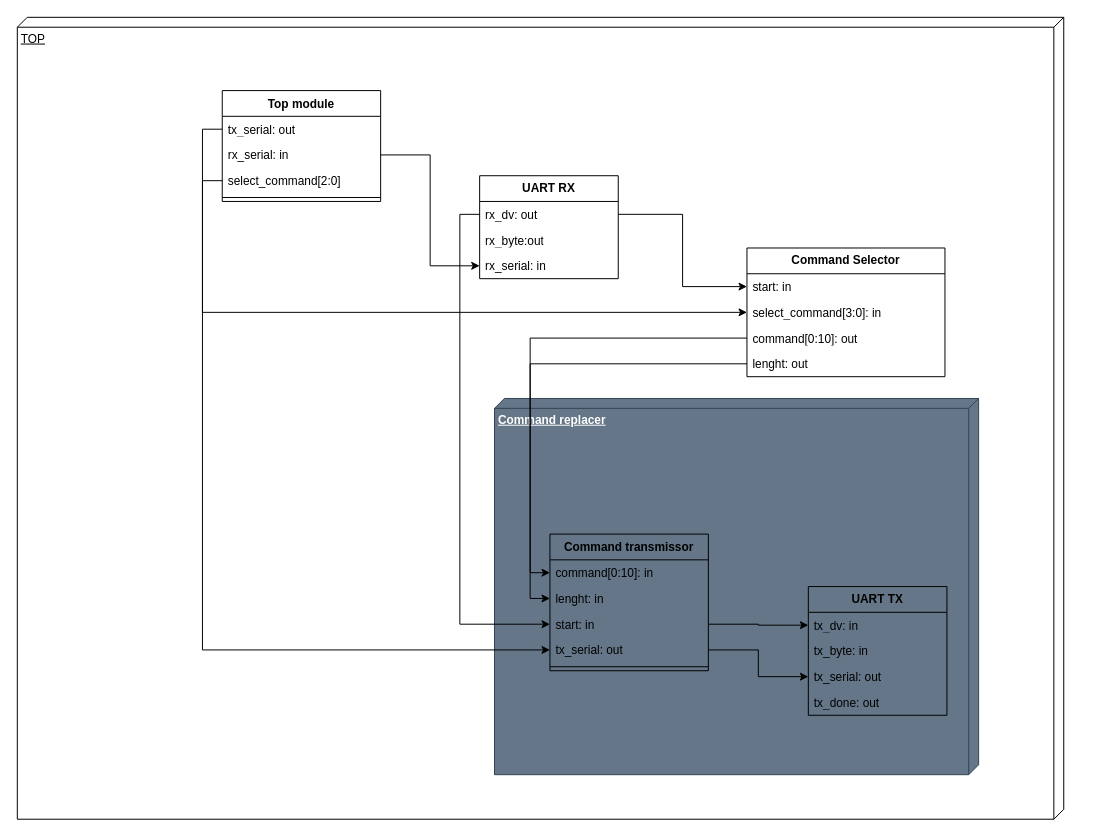
AlmuHS/AX12A_FPGA_Controller keeps this draw.io diagram as MITM_Type2_ComponentsDiagram.drawio. Above is the earlier version. Source tidied: cells renumbered, new cells numbered last; positions are measured from the earlier drawing's top-left corner, leaving out a move shared by most shapes. Both pictures are drawn from the tidied source at 99%, with x=0, y=0 at pixel (17, 17).
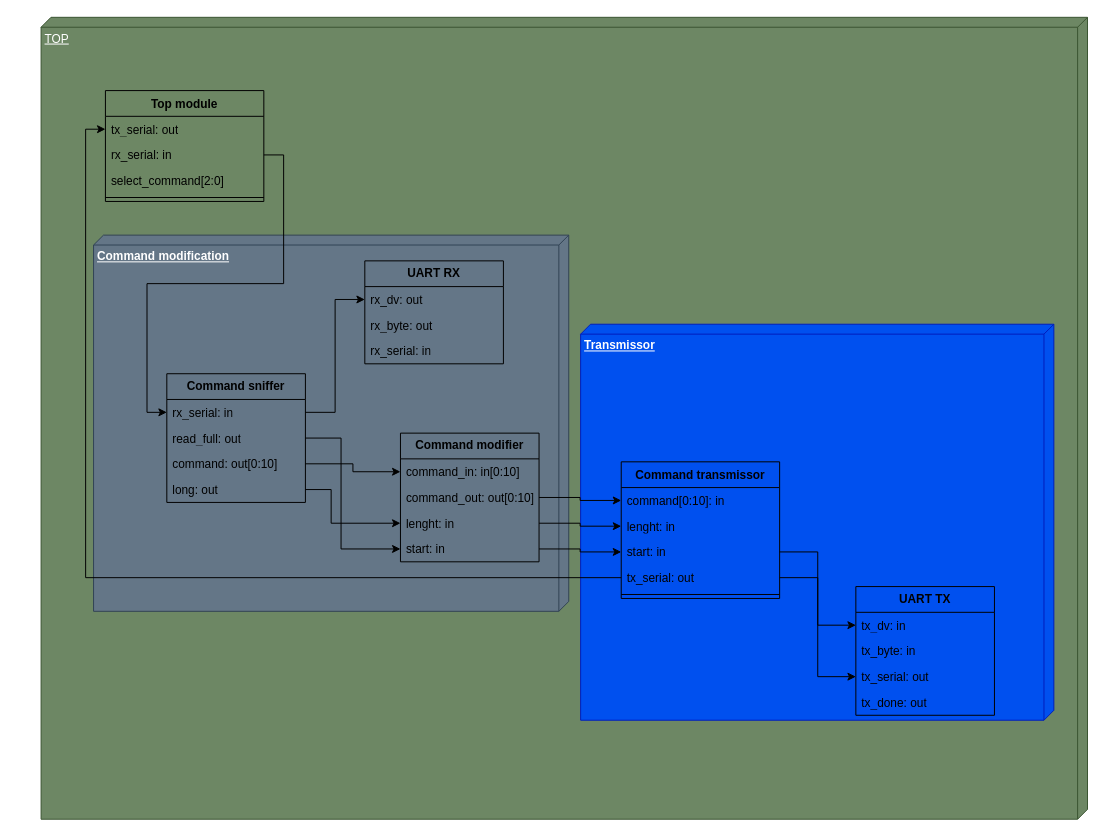
After the change.

Commit message (it also covers changes not shown here):
upload mitm_type2 components diagram

Unchanged cells that the change refers to:
```xml
<mxCell id="5" value="tx_serial: out" style="text;strokeColor=none;fillColor=none;align=left;verticalAlign=top;spacingLeft=4;spacingRight=4;overflow=hidden;points=[[0,0.5],[1,0.5]];portConstraint=eastwest;whiteSpace=wrap;html=1;labelBackgroundColor=none;" parent="4" vertex="1">
  <mxGeometry y="26" width="160" height="26" as="geometry" />
</mxCell>
<mxCell id="6" value="rx_serial: in" style="text;strokeColor=none;fillColor=none;align=left;verticalAlign=top;spacingLeft=4;spacingRight=4;overflow=hidden;points=[[0,0.5],[1,0.5]];portConstraint=eastwest;whiteSpace=wrap;html=1;labelBackgroundColor=none;" parent="4" vertex="1">
  <mxGeometry y="52" width="160" height="26" as="geometry" />
</mxCell>
<mxCell id="7" value="select_command[2:0]" style="text;strokeColor=none;fillColor=none;align=left;verticalAlign=top;spacingLeft=4;spacingRight=4;overflow=hidden;points=[[0,0.5],[1,0.5]];portConstraint=eastwest;whiteSpace=wrap;html=1;labelBackgroundColor=none;" parent="4" vertex="1">
  <mxGeometry y="78" width="160" height="26" as="geometry" />
</mxCell>
<mxCell id="15" value="command[0:10]: in" style="text;strokeColor=none;fillColor=none;align=left;verticalAlign=top;spacingLeft=4;spacingRight=4;overflow=hidden;points=[[0,0.5],[1,0.5]];portConstraint=eastwest;whiteSpace=wrap;html=1;labelBackgroundColor=none;" parent="14" vertex="1">
  <mxGeometry y="26" width="160" height="26" as="geometry" />
</mxCell>
<mxCell id="16" value="lenght: in" style="text;strokeColor=none;fillColor=none;align=left;verticalAlign=top;spacingLeft=4;spacingRight=4;overflow=hidden;points=[[0,0.5],[1,0.5]];portConstraint=eastwest;whiteSpace=wrap;html=1;labelBackgroundColor=none;" parent="14" vertex="1">
  <mxGeometry y="52" width="160" height="26" as="geometry" />
</mxCell>
<mxCell id="17" value="start: in" style="text;strokeColor=none;fillColor=none;align=left;verticalAlign=top;spacingLeft=4;spacingRight=4;overflow=hidden;points=[[0,0.5],[1,0.5]];portConstraint=eastwest;whiteSpace=wrap;html=1;labelBackgroundColor=none;" parent="14" vertex="1">
  <mxGeometry y="78" width="160" height="26" as="geometry" />
</mxCell>
<mxCell id="18" value="tx_serial: out" style="text;strokeColor=none;fillColor=none;align=left;verticalAlign=top;spacingLeft=4;spacingRight=4;overflow=hidden;points=[[0,0.5],[1,0.5]];portConstraint=eastwest;whiteSpace=wrap;html=1;labelBackgroundColor=none;" parent="14" vertex="1">
  <mxGeometry y="104" width="160" height="26" as="geometry" />
</mxCell>
<mxCell id="21" value="tx_dv: in" style="text;strokeColor=none;fillColor=none;align=left;verticalAlign=top;spacingLeft=4;spacingRight=4;overflow=hidden;points=[[0,0.5],[1,0.5]];portConstraint=eastwest;whiteSpace=wrap;html=1;labelBackgroundColor=none;" parent="20" vertex="1">
  <mxGeometry y="26" width="140" height="26" as="geometry" />
</mxCell>
<mxCell id="23" value="tx_serial: out" style="text;strokeColor=none;fillColor=none;align=left;verticalAlign=top;spacingLeft=4;spacingRight=4;overflow=hidden;points=[[0,0.5],[1,0.5]];portConstraint=eastwest;whiteSpace=wrap;html=1;labelBackgroundColor=none;" parent="20" vertex="1">
  <mxGeometry y="78" width="140" height="26" as="geometry" />
</mxCell>
<mxCell id="26" value="rx_dv: out" style="text;strokeColor=none;fillColor=none;align=left;verticalAlign=top;spacingLeft=4;spacingRight=4;overflow=hidden;points=[[0,0.5],[1,0.5]];portConstraint=eastwest;whiteSpace=wrap;html=1;labelBackgroundColor=none;" parent="25" vertex="1">
  <mxGeometry y="26" width="140" height="26" as="geometry" />
</mxCell>
<mxCell id="28" value="rx_serial: in" style="text;strokeColor=none;fillColor=none;align=left;verticalAlign=top;spacingLeft=4;spacingRight=4;overflow=hidden;points=[[0,0.5],[1,0.5]];portConstraint=eastwest;whiteSpace=wrap;html=1;labelBackgroundColor=none;" parent="25" vertex="1">
  <mxGeometry y="78" width="140" height="26" as="geometry" />
</mxCell>
```

What changed in the source:
```diff
@@
-    <mxCell id="2" value="TOP" style="verticalAlign=top;align=left;spacingTop=8;spacingLeft=2;spacingRight=12;shape=cube;size=10;direction=south;fontStyle=4;html=1;whiteSpace=wrap;labelBackgroundColor=none;" parent="1" vertex="1">
-      <mxGeometry width="1057" height="810" as="geometry" />
+    <mxCell id="2" value="TOP" style="verticalAlign=top;align=left;spacingTop=8;spacingLeft=2;spacingRight=12;shape=cube;size=10;direction=south;fontStyle=4;html=1;whiteSpace=wrap;labelBackgroundColor=none;fillColor=#6d8764;fontColor=#ffffff;strokeColor=#3A5431;" parent="1" vertex="1">
+      <mxGeometry x="24" width="1057" height="810" as="geometry" />
     </mxCell>
-    <mxCell id="3" value="&lt;b&gt;Command replacer&lt;/b&gt;" style="verticalAlign=top;align=left;spacingTop=8;spacingLeft=2;spacingRight=12;shape=cube;size=10;direction=south;fontStyle=4;html=1;whiteSpace=wrap;fillColor=#647687;fontColor=#ffffff;strokeColor=#314354;" parent="1" vertex="1">
-      <mxGeometry x="482" y="385" width="489" height="380" as="geometry" />
-    </mxCell>
+    <mxCell id="38" value="&lt;b&gt;Command modification&lt;/b&gt;" style="verticalAlign=top;align=left;spacingTop=8;spacingLeft=2;spacingRight=12;shape=cube;size=10;direction=south;fontStyle=4;html=1;whiteSpace=wrap;fillColor=#647687;fontColor=#ffffff;strokeColor=#314354;" parent="1" vertex="1">
+      <mxGeometry x="77" y="220" width="480" height="380" as="geometry" />
+    </mxCell>
+    <mxCell id="39" value="&lt;b&gt;Transmissor&lt;/b&gt;" style="verticalAlign=top;align=left;spacingTop=8;spacingLeft=2;spacingRight=12;shape=cube;size=10;direction=south;fontStyle=4;html=1;whiteSpace=wrap;fillColor=#0050ef;fontColor=#ffffff;strokeColor=#001DBC;" parent="1" vertex="1">
+      <mxGeometry x="569" y="310" width="478" height="400" as="geometry" />
+    </mxCell>
     <mxCell id="4" value="Top module" style="swimlane;fontStyle=1;align=center;verticalAlign=top;horizontal=1;startSize=26;whiteSpace=wrap;html=1;fillColor=none;labelBackgroundColor=none;" parent="1" vertex="1">
-      <mxGeometry x="207" y="74" width="160" height="112" as="geometry" />
+      <mxGeometry x="89" y="74" width="160" height="112" as="geometry" />
     </mxCell>
@@
-    <mxCell id="9" value="&lt;b&gt;Command Selector&lt;/b&gt;" style="swimlane;fontStyle=0;horizontal=1;startSize=26;fillColor=none;whiteSpace=wrap;html=1;labelBackgroundColor=none;" parent="1" vertex="1">
-      <mxGeometry x="737" y="233" width="200" height="130" as="geometry" />
-    </mxCell>
-    <mxCell id="10" value="start: in" style="text;strokeColor=none;fillColor=none;align=left;verticalAlign=top;spacingLeft=4;spacingRight=4;overflow=hidden;points=[[0,0.5],[1,0.5]];portConstraint=eastwest;whiteSpace=wrap;html=1;labelBackgroundColor=none;" parent="9" vertex="1">
-      <mxGeometry y="26" width="200" height="26" as="geometry" />
-    </mxCell>
-    <mxCell id="11" value="select_command[&lt;span style=&quot;background-color: initial;&quot;&gt;3:0]: in&lt;/span&gt;" style="text;strokeColor=none;fillColor=none;align=left;verticalAlign=top;spacingLeft=4;spacingRight=4;overflow=hidden;points=[[0,0.5],[1,0.5]];portConstraint=eastwest;whiteSpace=wrap;html=1;labelBackgroundColor=none;" parent="9" vertex="1">
-      <mxGeometry y="52" width="200" height="26" as="geometry" />
-    </mxCell>
-    <mxCell id="12" value="command[0:10]: out" style="text;strokeColor=none;fillColor=none;align=left;verticalAlign=top;spacingLeft=4;spacingRight=4;overflow=hidden;points=[[0,0.5],[1,0.5]];portConstraint=eastwest;whiteSpace=wrap;html=1;labelBackgroundColor=none;" parent="9" vertex="1">
-      <mxGeometry y="78" width="200" height="26" as="geometry" />
-    </mxCell>
-    <mxCell id="13" value="lenght: out" style="text;strokeColor=none;fillColor=none;align=left;verticalAlign=top;spacingLeft=4;spacingRight=4;overflow=hidden;points=[[0,0.5],[1,0.5]];portConstraint=eastwest;whiteSpace=wrap;html=1;labelBackgroundColor=none;" parent="9" vertex="1">
-      <mxGeometry y="104" width="200" height="26" as="geometry" />
-    </mxCell>
     <mxCell id="14" value="Command transmissor" style="swimlane;fontStyle=1;align=center;verticalAlign=top;horizontal=1;startSize=26;whiteSpace=wrap;html=1;fillColor=none;labelBackgroundColor=none;" parent="1" vertex="1">
-      <mxGeometry x="538" y="522" width="160" height="138" as="geometry" />
+      <mxGeometry x="610" y="449" width="160" height="138" as="geometry" />
     </mxCell>
@@
     <mxCell id="20" value="&lt;b&gt;UART TX&lt;/b&gt;" style="swimlane;fontStyle=0;horizontal=1;startSize=26;fillColor=none;whiteSpace=wrap;html=1;labelBackgroundColor=none;" parent="1" vertex="1">
-      <mxGeometry x="799" y="575" width="140" height="130" as="geometry" />
+      <mxGeometry x="847" y="575" width="140" height="130" as="geometry" />
     </mxCell>
@@
+    <mxCell id="29" style="edgeStyle=orthogonalEdgeStyle;rounded=0;jettySize=auto;html=1;exitX=1;exitY=0.5;exitDx=0;exitDy=0;" parent="1" edge="1" source="18" target="23">
+      <mxGeometry relative="1" as="geometry" />
+    </mxCell>
+    <mxCell id="30" style="edgeStyle=orthogonalEdgeStyle;rounded=0;jettySize=auto;html=1;exitX=1;exitY=0.5;exitDx=0;exitDy=0;" parent="1" edge="1" source="17" target="21">
+      <mxGeometry relative="1" as="geometry" />
+    </mxCell>
+    <mxCell id="40" value="&lt;b&gt;Command sniffer&lt;/b&gt;" style="swimlane;fontStyle=0;horizontal=1;startSize=26;fillColor=none;whiteSpace=wrap;html=1;" parent="1" vertex="1">
+      <mxGeometry x="151" y="360" width="140" height="130" as="geometry" />
+    </mxCell>
+    <mxCell id="41" value="rx_serial: in" style="text;strokeColor=none;fillColor=none;align=left;verticalAlign=top;spacingLeft=4;spacingRight=4;overflow=hidden;points=[[0,0.5],[1,0.5]];portConstraint=eastwest;whiteSpace=wrap;html=1;" parent="40" vertex="1">
+      <mxGeometry y="26" width="140" height="26" as="geometry" />
+    </mxCell>
+    <mxCell id="42" value="read_full: out" style="text;strokeColor=none;fillColor=none;align=left;verticalAlign=top;spacingLeft=4;spacingRight=4;overflow=hidden;points=[[0,0.5],[1,0.5]];portConstraint=eastwest;whiteSpace=wrap;html=1;" parent="40" vertex="1">
+      <mxGeometry y="52" width="140" height="26" as="geometry" />
+    </mxCell>
+    <mxCell id="43" value="command: out[0:10]" style="text;strokeColor=none;fillColor=none;align=left;verticalAlign=top;spacingLeft=4;spacingRight=4;overflow=hidden;points=[[0,0.5],[1,0.5]];portConstraint=eastwest;whiteSpace=wrap;html=1;" parent="40" vertex="1">
+      <mxGeometry y="78" width="140" height="26" as="geometry" />
+    </mxCell>
+    <mxCell id="44" value="long: out" style="text;strokeColor=none;fillColor=none;align=left;verticalAlign=top;spacingLeft=4;spacingRight=4;overflow=hidden;points=[[0,0.5],[1,0.5]];portConstraint=eastwest;whiteSpace=wrap;html=1;" parent="40" vertex="1">
+      <mxGeometry y="104" width="140" height="26" as="geometry" />
+    </mxCell>
+    <mxCell id="45" value="&lt;b&gt;Command modifier&lt;/b&gt;" style="swimlane;fontStyle=0;horizontal=1;startSize=26;fillColor=none;whiteSpace=wrap;html=1;" parent="1" vertex="1">
+      <mxGeometry x="387" y="420" width="140" height="130" as="geometry" />
+    </mxCell>
+    <mxCell id="46" value="command_in: in[0:10]" style="text;strokeColor=none;fillColor=none;align=left;verticalAlign=top;spacingLeft=4;spacingRight=4;overflow=hidden;points=[[0,0.5],[1,0.5]];portConstraint=eastwest;whiteSpace=wrap;html=1;" parent="45" vertex="1">
+      <mxGeometry y="26" width="140" height="26" as="geometry" />
+    </mxCell>
+    <mxCell id="47" value="command_out: out[0:10]" style="text;strokeColor=none;fillColor=none;align=left;verticalAlign=top;spacingLeft=4;spacingRight=4;overflow=hidden;points=[[0,0.5],[1,0.5]];portConstraint=eastwest;whiteSpace=wrap;html=1;" parent="45" vertex="1">
+      <mxGeometry y="52" width="140" height="26" as="geometry" />
+    </mxCell>
+    <mxCell id="48" value="lenght: in" style="text;strokeColor=none;fillColor=none;align=left;verticalAlign=top;spacingLeft=4;spacingRight=4;overflow=hidden;points=[[0,0.5],[1,0.5]];portConstraint=eastwest;whiteSpace=wrap;html=1;" parent="45" vertex="1">
+      <mxGeometry y="78" width="140" height="26" as="geometry" />
+    </mxCell>
+    <mxCell id="10" value="start: in" style="text;strokeColor=none;fillColor=none;align=left;verticalAlign=top;spacingLeft=4;spacingRight=4;overflow=hidden;points=[[0,0.5],[1,0.5]];portConstraint=eastwest;whiteSpace=wrap;html=1;" parent="45" vertex="1">
+      <mxGeometry y="104" width="140" height="26" as="geometry" />
+    </mxCell>
+    <mxCell id="49" style="edgeStyle=orthogonalEdgeStyle;rounded=0;jettySize=auto;html=1;exitX=1;exitY=0.5;exitDx=0;exitDy=0;entryX=0;entryY=0.5;entryDx=0;entryDy=0;" parent="1" edge="1" source="6" target="41">
+      <mxGeometry relative="1" as="geometry" />
+    </mxCell>
     <mxCell id="25" value="&lt;b&gt;UART RX&lt;/b&gt;" style="swimlane;fontStyle=0;horizontal=1;startSize=26;fillColor=none;whiteSpace=wrap;html=1;labelBackgroundColor=none;" parent="1" vertex="1">
-      <mxGeometry x="467" y="160" width="140" height="104" as="geometry" />
+      <mxGeometry x="351" y="246" width="140" height="104" as="geometry" />
     </mxCell>
@@
-    <mxCell id="27" value="rx_byte:out" style="text;strokeColor=none;fillColor=none;align=left;verticalAlign=top;spacingLeft=4;spacingRight=4;overflow=hidden;whiteSpace=wrap;html=1;labelBackgroundColor=none;" parent="25" vertex="1">
-      <mxGeometry y="52" width="140" height="26" as="geometry" />
-    </mxCell>
+    <mxCell id="50" value="rx_byte: out" style="text;strokeColor=none;fillColor=none;align=left;verticalAlign=top;spacingLeft=4;spacingRight=4;overflow=hidden;whiteSpace=wrap;html=1;labelBackgroundColor=none;" parent="25" vertex="1">
+      <mxGeometry y="52" width="140" height="26" as="geometry" />
+    </mxCell>
@@
-    <mxCell id="29" style="edgeStyle=orthogonalEdgeStyle;rounded=0;jettySize=auto;html=1;exitX=1;exitY=0.5;exitDx=0;exitDy=0;" parent="1" edge="1" source="18" target="23">
-      <mxGeometry relative="1" as="geometry" />
-    </mxCell>
-    <mxCell id="30" style="edgeStyle=orthogonalEdgeStyle;rounded=0;jettySize=auto;html=1;exitX=1;exitY=0.5;exitDx=0;exitDy=0;" parent="1" edge="1" source="17" target="21">
-      <mxGeometry relative="1" as="geometry" />
-    </mxCell>
-    <mxCell id="31" style="edgeStyle=orthogonalEdgeStyle;rounded=0;jettySize=auto;html=1;exitX=1;exitY=0.5;exitDx=0;exitDy=0;entryX=0;entryY=0.5;entryDx=0;entryDy=0;" parent="1" edge="1" source="6" target="28">
-      <mxGeometry relative="1" as="geometry" />
-    </mxCell>
-    <mxCell id="32" style="edgeStyle=orthogonalEdgeStyle;rounded=0;jettySize=auto;html=1;" parent="1" edge="1" source="26" target="10">
-      <mxGeometry relative="1" as="geometry" />
-    </mxCell>
-    <mxCell id="33" style="edgeStyle=orthogonalEdgeStyle;rounded=0;jettySize=auto;html=1;exitX=0;exitY=0.5;exitDx=0;exitDy=0;entryX=0;entryY=0.5;entryDx=0;entryDy=0;" parent="1" edge="1" source="5" target="18">
-      <mxGeometry relative="1" as="geometry" />
-    </mxCell>
-    <mxCell id="34" style="edgeStyle=orthogonalEdgeStyle;rounded=0;jettySize=auto;html=1;exitX=0;exitY=0.5;exitDx=0;exitDy=0;" parent="1" edge="1" source="7" target="11">
-      <mxGeometry relative="1" as="geometry" />
-    </mxCell>
-    <mxCell id="35" style="edgeStyle=orthogonalEdgeStyle;rounded=0;jettySize=auto;html=1;exitX=0;exitY=0.5;exitDx=0;exitDy=0;entryX=0;entryY=0.5;entryDx=0;entryDy=0;" parent="1" edge="1" source="12" target="15">
-      <mxGeometry relative="1" as="geometry" />
-    </mxCell>
-    <mxCell id="36" style="edgeStyle=orthogonalEdgeStyle;rounded=0;jettySize=auto;html=1;exitX=0;exitY=0.5;exitDx=0;exitDy=0;" parent="1" edge="1" source="26" target="17">
-      <mxGeometry relative="1" as="geometry" />
-    </mxCell>
-    <mxCell id="37" style="edgeStyle=orthogonalEdgeStyle;rounded=0;jettySize=auto;html=1;exitX=0;exitY=0.5;exitDx=0;exitDy=0;entryX=0;entryY=0.5;entryDx=0;entryDy=0;" parent="1" edge="1" source="13" target="16">
-      <mxGeometry relative="1" as="geometry" />
-    </mxCell>
+    <mxCell id="51" style="edgeStyle=orthogonalEdgeStyle;rounded=0;jettySize=auto;html=1;exitX=1;exitY=0.5;exitDx=0;exitDy=0;entryX=0;entryY=0.5;entryDx=0;entryDy=0;" parent="1" edge="1" source="41" target="26">
+      <mxGeometry relative="1" as="geometry" />
+    </mxCell>
+    <mxCell id="52" style="edgeStyle=orthogonalEdgeStyle;rounded=0;jettySize=auto;html=1;exitX=1;exitY=0.5;exitDx=0;exitDy=0;entryX=0;entryY=0.5;entryDx=0;entryDy=0;" parent="1" edge="1" source="42" target="10">
+      <mxGeometry relative="1" as="geometry">
+        <Array as="points">
+          <mxPoint x="327" y="425" />
+          <mxPoint x="327" y="537" />
+        </Array>
+      </mxGeometry>
+    </mxCell>
+    <mxCell id="53" style="edgeStyle=orthogonalEdgeStyle;rounded=0;jettySize=auto;html=1;exitX=1;exitY=0.5;exitDx=0;exitDy=0;" parent="1" edge="1" source="44" target="48">
+      <mxGeometry relative="1" as="geometry">
+        <Array as="points">
+          <mxPoint x="317" y="477" />
+          <mxPoint x="317" y="511" />
+        </Array>
+      </mxGeometry>
+    </mxCell>
+    <mxCell id="54" style="edgeStyle=orthogonalEdgeStyle;rounded=0;jettySize=auto;html=1;exitX=1;exitY=0.5;exitDx=0;exitDy=0;" parent="1" edge="1" source="43" target="46">
+      <mxGeometry relative="1" as="geometry" />
+    </mxCell>
+    <mxCell id="55" style="edgeStyle=orthogonalEdgeStyle;rounded=0;jettySize=auto;html=1;exitX=1;exitY=0.5;exitDx=0;exitDy=0;entryX=0;entryY=0.5;entryDx=0;entryDy=0;" parent="1" edge="1" source="47" target="15">
+      <mxGeometry relative="1" as="geometry" />
+    </mxCell>
+    <mxCell id="56" style="edgeStyle=orthogonalEdgeStyle;rounded=0;jettySize=auto;html=1;exitX=1;exitY=0.5;exitDx=0;exitDy=0;" parent="1" edge="1" source="48" target="16">
+      <mxGeometry relative="1" as="geometry" />
+    </mxCell>
+    <mxCell id="57" style="edgeStyle=orthogonalEdgeStyle;rounded=0;jettySize=auto;html=1;exitX=1;exitY=0.5;exitDx=0;exitDy=0;" parent="1" edge="1" source="10" target="17">
+      <mxGeometry relative="1" as="geometry" />
+    </mxCell>
+    <mxCell id="58" style="edgeStyle=orthogonalEdgeStyle;rounded=0;jettySize=auto;html=1;exitX=0;exitY=0.5;exitDx=0;exitDy=0;entryX=0;entryY=0.5;entryDx=0;entryDy=0;" parent="1" edge="1" source="18" target="5">
+      <mxGeometry relative="1" as="geometry" />
+    </mxCell>
```
